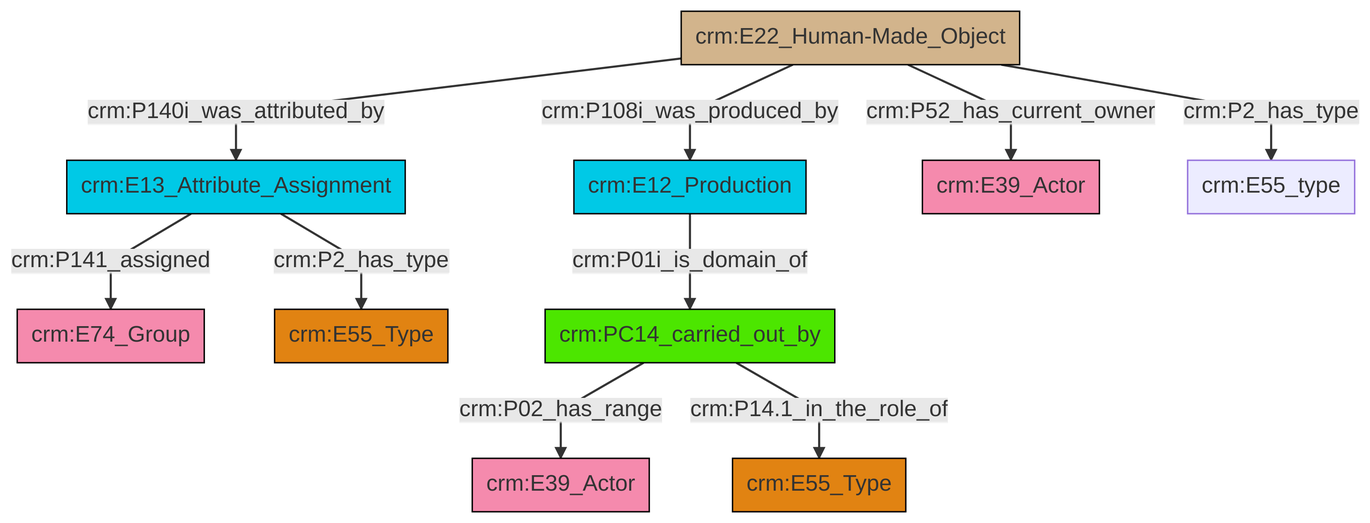
Before: et/builtWorkCSV/ttl/mmd/png/Built_Work_actor_relations.png, a diagram exported from Mermaid (swiss-art-research-net/reference-data-models). Its source is kept beside it as et/builtWorkCSV/ttl/mmd/Built_Work_actor_relations.ttl.mmd.
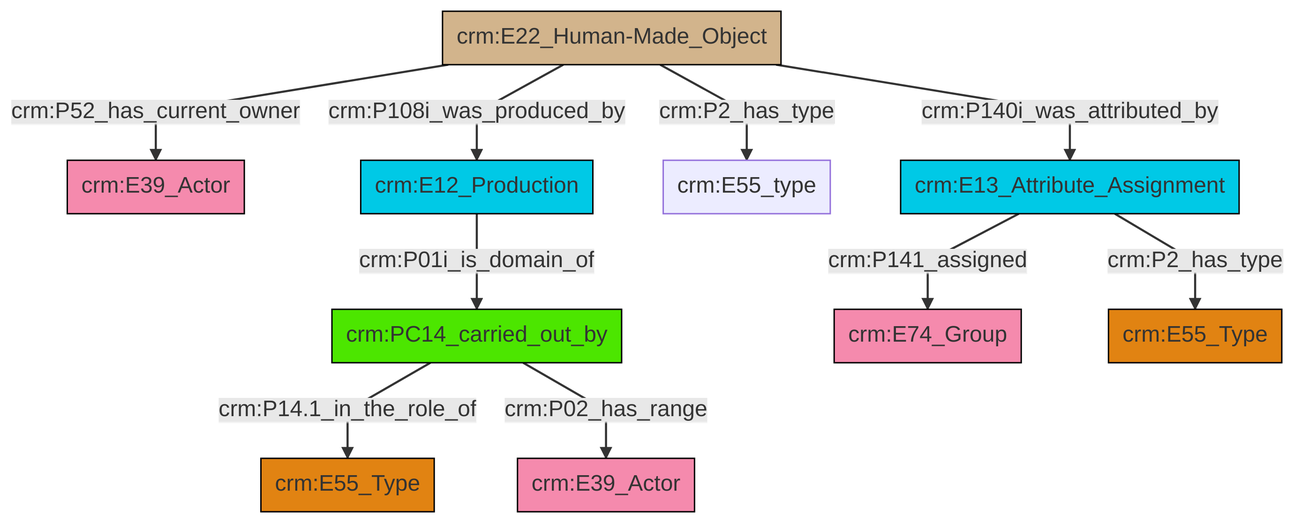
After the change.

Diff of the diagram source:
```diff
@@ -13,12 +13,12 @@
 classDef PC_Classes fill:#4ce600, stroke:#000000;
 classDef Multi fill:#cccccc,stroke:#000000;
 
-2["crm:E13_Attribute_Assignment"]:::Temporal_Entity -->|crm:P141_assigned| 3["crm:E74_Group"]:::Actor
-0["crm:E22_Human-Made_Object"]:::Physical_Thing -->|crm:P52_has_current_owner| 9["crm:E39_Actor"]:::Actor
-12["crm:PC14_carried_out_by"]:::PC_Classes -->|crm:P02_has_range| 13["crm:E39_Actor"]:::Actor
-0["crm:E22_Human-Made_Object"]:::Physical_Thing -->|crm:P108i_was_produced_by| 5["crm:E12_Production"]:::Temporal_Entity
-0["crm:E22_Human-Made_Object"]:::Physical_Thing -->|crm:P2_has_type| 16["crm:E55_type"]:::Default
-2["crm:E13_Attribute_Assignment"]:::Temporal_Entity -->|crm:P2_has_type| 7["crm:E55_Type"]:::Type
-12["crm:PC14_carried_out_by"]:::PC_Classes -->|crm:P14.1_in_the_role_of| 14["crm:E55_Type"]:::Type
+0["crm:E22_Human-Made_Object"]:::Physical_Thing -->|crm:P52_has_current_owner| 1["crm:E39_Actor"]:::Actor
+5["crm:PC14_carried_out_by"]:::PC_Classes -->|crm:P14.1_in_the_role_of| 6["crm:E55_Type"]:::Type
+5["crm:PC14_carried_out_by"]:::PC_Classes -->|crm:P02_has_range| 7["crm:E39_Actor"]:::Actor
+0["crm:E22_Human-Made_Object"]:::Physical_Thing -->|crm:P108i_was_produced_by| 10["crm:E12_Production"]:::Temporal_Entity
+10["crm:E12_Production"]:::Temporal_Entity -->|crm:P01i_is_domain_of| 5["crm:PC14_carried_out_by"]:::PC_Classes
 0["crm:E22_Human-Made_Object"]:::Physical_Thing -->|crm:P140i_was_attributed_by| 2["crm:E13_Attribute_Assignment"]:::Temporal_Entity
-5["crm:E12_Production"]:::Temporal_Entity -->|crm:P01i_is_domain_of| 12["crm:PC14_carried_out_by"]:::PC_Classes
+2["crm:E13_Attribute_Assignment"]:::Temporal_Entity -->|crm:P141_assigned| 12["crm:E74_Group"]:::Actor
+2["crm:E13_Attribute_Assignment"]:::Temporal_Entity -->|crm:P2_has_type| 14["crm:E55_Type"]:::Type
+0["crm:E22_Human-Made_Object"]:::Physical_Thing -->|crm:P2_has_type| 8["crm:E55_type"]:::Default
```
